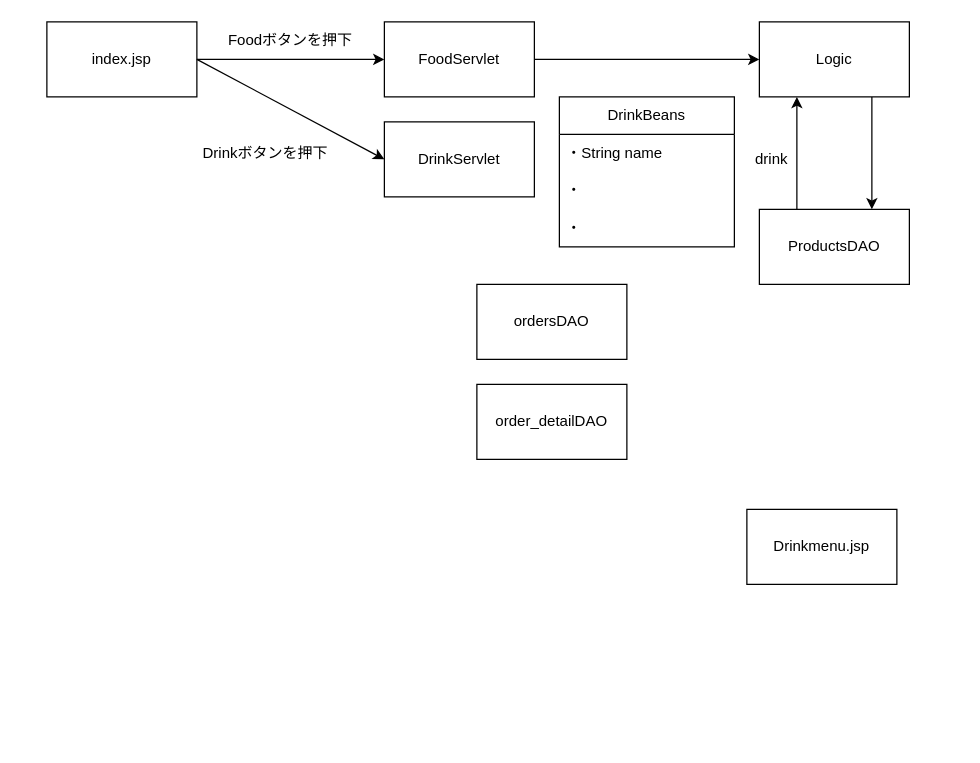
Before: ordersys基本アーキテクチャ図.drawio in Tsubasa0125-Nike/-, a draw.io diagram. Source tidied: cells renumbered, new cells numbered last; positions are measured from the earlier drawing's top-left corner, leaving out a move shared by most shapes. Both pictures are drawn from the tidied source at 125%, with x=0, y=0 at pixel (46, 21).
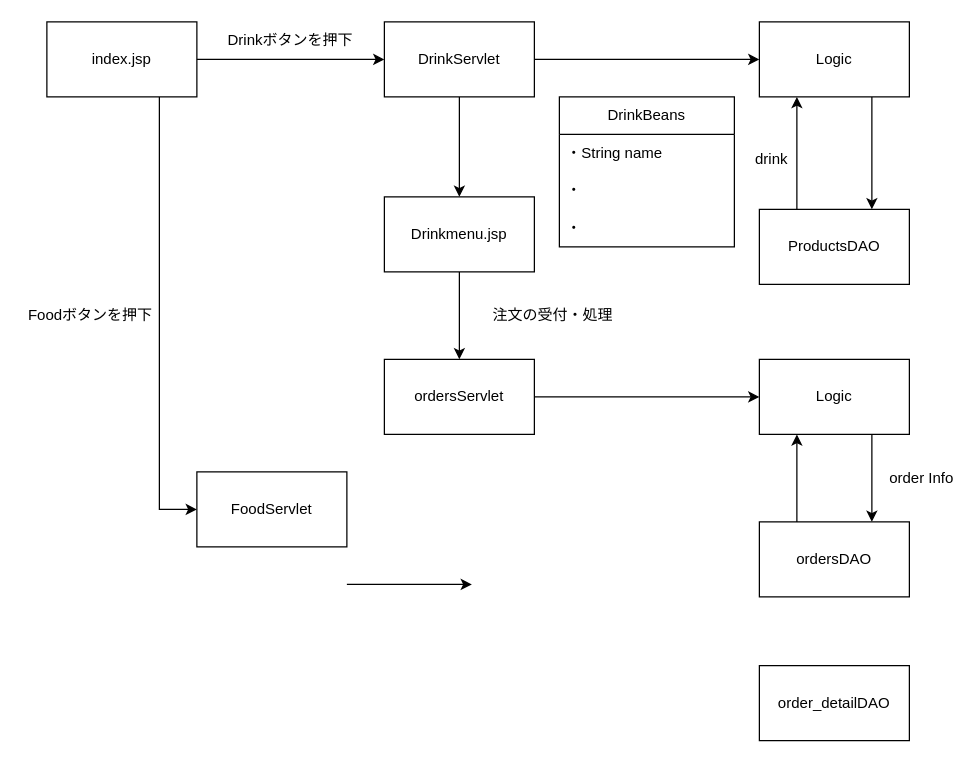
The same diagram, later.

Commit message:
ordersys基本アーキテクチャ図.drawio を更新

Unchanged cells that the change refers to:
```xml
<mxCell id="2" value="index.jsp" style="whiteSpace=wrap;html=1;align=center;newEdgeStyle={&quot;edgeStyle&quot;:&quot;elbowEdgeStyle&quot;,&quot;startArrow&quot;:&quot;none&quot;,&quot;endArrow&quot;:&quot;none&quot;};" parent="1" vertex="1">
  <mxGeometry width="120" height="60" as="geometry" />
</mxCell>
<mxCell id="6" value="Logic" style="whiteSpace=wrap;html=1;align=center;newEdgeStyle={&quot;edgeStyle&quot;:&quot;elbowEdgeStyle&quot;,&quot;startArrow&quot;:&quot;none&quot;,&quot;endArrow&quot;:&quot;none&quot;};" parent="1" vertex="1">
  <mxGeometry x="570" width="120" height="60" as="geometry" />
</mxCell>
```

The edit, as a diff of the source:
```diff
@@
     <mxCell id="3" value="Drinkmenu.jsp" style="whiteSpace=wrap;html=1;align=center;newEdgeStyle={&quot;edgeStyle&quot;:&quot;elbowEdgeStyle&quot;,&quot;startArrow&quot;:&quot;none&quot;,&quot;endArrow&quot;:&quot;none&quot;};" parent="1" vertex="1">
-      <mxGeometry x="560" y="390" width="120" height="60" as="geometry" />
+      <mxGeometry x="270" y="140" width="120" height="60" as="geometry" />
     </mxCell>
     <mxCell id="4" value="DrinkServlet" style="whiteSpace=wrap;html=1;align=center;newEdgeStyle={&quot;edgeStyle&quot;:&quot;elbowEdgeStyle&quot;,&quot;startArrow&quot;:&quot;none&quot;,&quot;endArrow&quot;:&quot;none&quot;};" parent="1" vertex="1">
-      <mxGeometry x="270" y="80" width="120" height="60" as="geometry" />
+      <mxGeometry x="270" width="120" height="60" as="geometry" />
     </mxCell>
@@
     <mxCell id="7" value="FoodServlet" style="whiteSpace=wrap;html=1;align=center;newEdgeStyle={&quot;edgeStyle&quot;:&quot;elbowEdgeStyle&quot;,&quot;startArrow&quot;:&quot;none&quot;,&quot;endArrow&quot;:&quot;none&quot;};" parent="1" vertex="1">
-      <mxGeometry x="270" width="120" height="60" as="geometry" />
+      <mxGeometry x="120" y="360" width="120" height="60" as="geometry" />
     </mxCell>
-    <mxCell id="8" style="endArrow=classic;html=1;rounded=0;entryX=0;entryY=0.5;entryDx=0;entryDy=0;" parent="1" edge="1" target="7">
+    <mxCell id="8" style="endArrow=classic;html=1;rounded=0;entryX=0;entryY=0.5;entryDx=0;entryDy=0;" parent="1" edge="1" target="4">
       <mxGeometry relative="1" as="geometry">
         <mxPoint x="120" y="30" as="sourcePoint" />
       </mxGeometry>
     </mxCell>
     <mxCell id="9" value="Foodボタンを押下" style="text;html=1;whiteSpace=wrap;strokeColor=none;fillColor=none;align=center;verticalAlign=middle;rounded=0;" parent="1" vertex="1">
-      <mxGeometry x="140" width="110" height="30" as="geometry" />
+      <mxGeometry x="-20" y="220" width="110" height="30" as="geometry" />
     </mxCell>
-    <mxCell id="10" style="endArrow=classic;html=1;rounded=0;entryX=0;entryY=0.5;entryDx=0;entryDy=0;exitX=1;exitY=0.5;exitDx=0;exitDy=0;" parent="1" edge="1" source="2" target="4">
-      <mxGeometry relative="1" as="geometry" />
+    <mxCell id="10" style="endArrow=classic;html=1;rounded=0;exitX=0.75;exitY=1;exitDx=0;exitDy=0;entryX=0;entryY=0.5;entryDx=0;entryDy=0;" parent="1" edge="1" source="2" target="7">
+      <mxGeometry relative="1" as="geometry">
+        <Array as="points">
+          <mxPoint x="90" y="390" />
+        </Array>
+      </mxGeometry>
     </mxCell>
     <mxCell id="11" value="Drinkボタンを押下" style="text;html=1;whiteSpace=wrap;strokeColor=none;fillColor=none;align=center;verticalAlign=middle;rounded=0;" parent="1" vertex="1">
-      <mxGeometry x="120" y="90" width="110" height="30" as="geometry" />
+      <mxGeometry x="140" width="110" height="30" as="geometry" />
     </mxCell>
@@
-    <mxCell id="16" style="edgeStyle=none;jettySize=auto;html=1;rounded=0;entryX=0;entryY=0.5;entryDx=0;entryDy=0;exitX=1;exitY=0.5;exitDx=0;exitDy=0;" parent="1" edge="1" source="7" target="6">
+    <mxCell id="16" style="edgeStyle=none;jettySize=auto;html=1;rounded=0;entryX=0;entryY=0.5;entryDx=0;entryDy=0;exitX=1;exitY=0.5;exitDx=0;exitDy=0;" parent="1" edge="1" source="4" target="6">
       <mxGeometry relative="1" as="geometry" />
     </mxCell>
     <mxCell id="17" value="ordersDAO" style="whiteSpace=wrap;html=1;align=center;newEdgeStyle={&quot;edgeStyle&quot;:&quot;elbowEdgeStyle&quot;,&quot;startArrow&quot;:&quot;none&quot;,&quot;endArrow&quot;:&quot;none&quot;};" parent="1" vertex="1">
-      <mxGeometry x="344" y="210" width="120" height="60" as="geometry" />
+      <mxGeometry x="570" y="400" width="120" height="60" as="geometry" />
     </mxCell>
     <mxCell id="18" value="order_detailDAO" style="whiteSpace=wrap;html=1;align=center;newEdgeStyle={&quot;edgeStyle&quot;:&quot;elbowEdgeStyle&quot;,&quot;startArrow&quot;:&quot;none&quot;,&quot;endArrow&quot;:&quot;none&quot;};" parent="1" vertex="1">
-      <mxGeometry x="344" y="290" width="120" height="60" as="geometry" />
+      <mxGeometry x="570" y="515" width="120" height="60" as="geometry" />
     </mxCell>
@@
+    <mxCell id="22" style="edgeStyle=none;jettySize=auto;html=1;rounded=0;entryX=0.5;entryY=0;entryDx=0;entryDy=0;exitX=0.5;exitY=1;exitDx=0;exitDy=0;" parent="1" edge="1" source="4" target="3">
+      <mxGeometry relative="1" as="geometry" />
+    </mxCell>
+    <mxCell id="23" value="ordersServlet" style="whiteSpace=wrap;html=1;align=center;newEdgeStyle={&quot;edgeStyle&quot;:&quot;elbowEdgeStyle&quot;,&quot;startArrow&quot;:&quot;none&quot;,&quot;endArrow&quot;:&quot;none&quot;};" parent="1" vertex="1">
+      <mxGeometry x="270" y="270" width="120" height="60" as="geometry" />
+    </mxCell>
+    <mxCell id="24" style="edgeStyle=none;jettySize=auto;html=1;rounded=0;exitX=0.5;exitY=1;exitDx=0;exitDy=0;entryX=0.5;entryY=0;entryDx=0;entryDy=0;" parent="1" edge="1" source="3" target="23">
+      <mxGeometry relative="1" as="geometry" />
+    </mxCell>
+    <mxCell id="25" value="注文の受付・処理" style="text;html=1;whiteSpace=wrap;strokeColor=none;fillColor=none;align=center;verticalAlign=middle;rounded=0;" parent="1" vertex="1">
+      <mxGeometry x="350" y="220" width="110" height="30" as="geometry" />
+    </mxCell>
+    <mxCell id="26" value="Logic" style="whiteSpace=wrap;html=1;align=center;newEdgeStyle={&quot;edgeStyle&quot;:&quot;elbowEdgeStyle&quot;,&quot;startArrow&quot;:&quot;none&quot;,&quot;endArrow&quot;:&quot;none&quot;};" parent="1" vertex="1">
+      <mxGeometry x="570" y="270" width="120" height="60" as="geometry" />
+    </mxCell>
+    <mxCell id="27" style="edgeStyle=none;jettySize=auto;html=1;rounded=0;exitX=1;exitY=0.5;exitDx=0;exitDy=0;entryX=0;entryY=0.5;entryDx=0;entryDy=0;" parent="1" edge="1" source="23" target="26">
+      <mxGeometry relative="1" as="geometry" />
+    </mxCell>
+    <mxCell id="28" style="edgeStyle=none;jettySize=auto;html=1;rounded=0;exitX=0.75;exitY=1;exitDx=0;exitDy=0;entryX=0.75;entryY=0;entryDx=0;entryDy=0;" parent="1" edge="1" source="26" target="17">
+      <mxGeometry relative="1" as="geometry" />
+    </mxCell>
+    <mxCell id="29" style="edgeStyle=none;jettySize=auto;html=1;rounded=0;exitX=0.25;exitY=0;exitDx=0;exitDy=0;entryX=0.25;entryY=1;entryDx=0;entryDy=0;" parent="1" edge="1" source="17" target="26">
+      <mxGeometry relative="1" as="geometry" />
+    </mxCell>
+    <mxCell id="30" style="edgeStyle=none;orthogonalLoop=1;jettySize=auto;html=1;rounded=0;" parent="1" edge="1">
+      <mxGeometry relative="1" as="geometry">
+        <mxPoint x="240" y="450" as="sourcePoint" />
+        <mxPoint x="340" y="450" as="targetPoint" />
+      </mxGeometry>
+    </mxCell>
+    <mxCell id="31" value="order Info" style="text;html=1;whiteSpace=wrap;strokeColor=none;fillColor=none;align=center;verticalAlign=middle;rounded=0;" parent="1" vertex="1">
+      <mxGeometry x="670" y="350" width="60" height="30" as="geometry" />
+    </mxCell>
```
